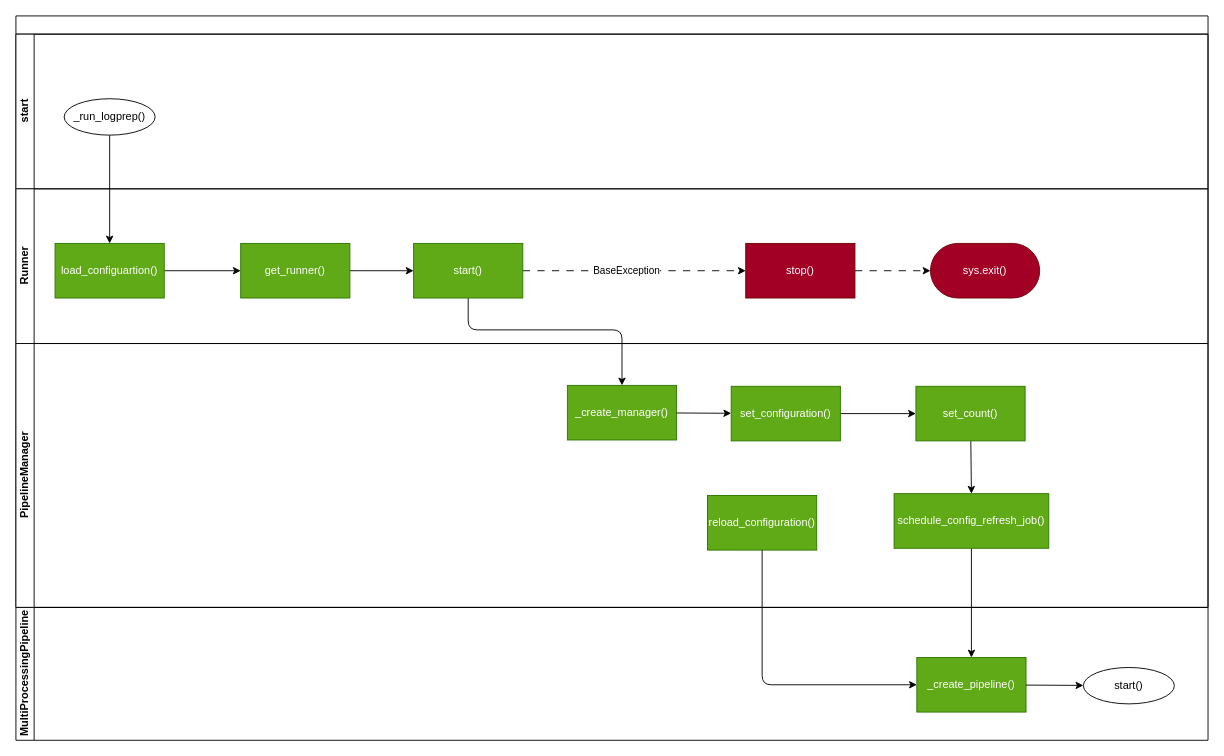
This is doc/source/development/architecture/diagramms/logprep_start.drawio from fkie-cad/Logprep, a draw.io file, before an edit. Source tidied: cells renumbered, new cells numbered last; positions are measured from the earlier drawing's top-left corner, leaving out a move shared by most shapes. Both pictures are drawn from the tidied source at 91%, with x=0, y=0 at pixel (15, 15).
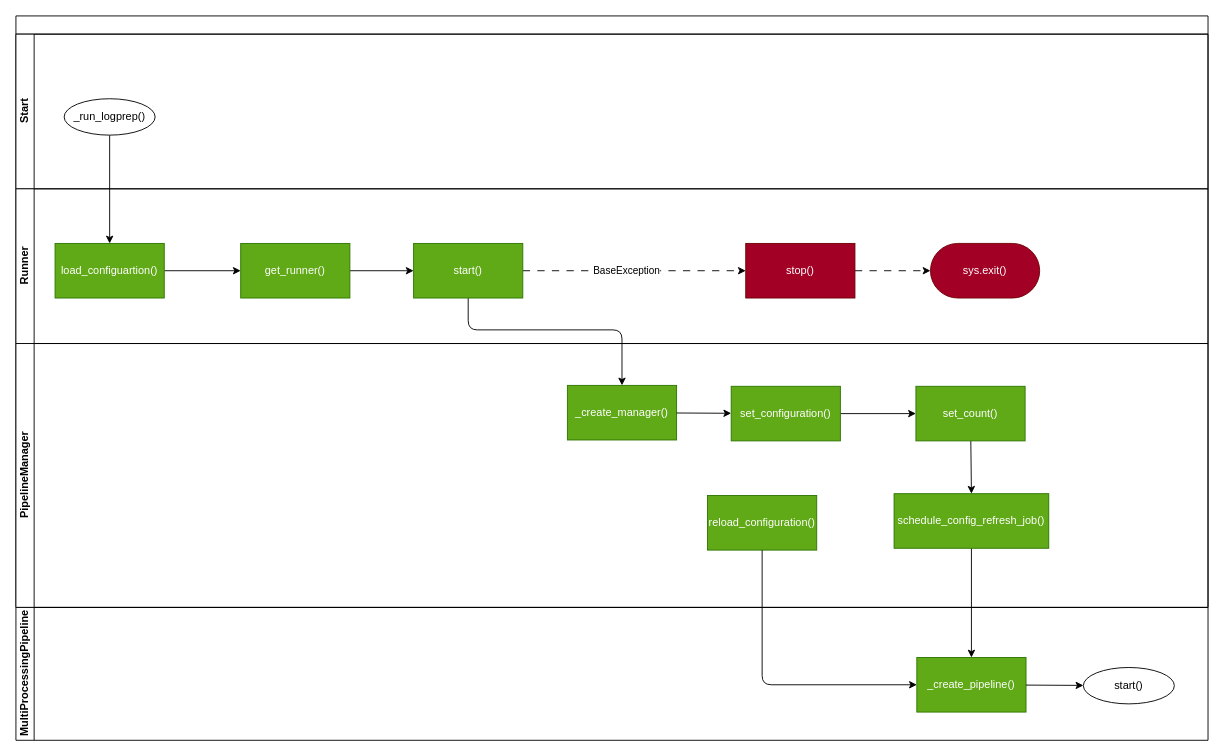
The same page after the edit.

Unchanged cells that the change refers to:
```xml
<mxCell id="2" style="swimlane;horizontal=1;startSize=20;html=1;" parent="1" vertex="1">
  <mxGeometry width="1310" height="650" as="geometry" />
</mxCell>
```

Change to the diagram source:
```diff
@@
-    <mxCell id="3" value="start" style="swimlane;startSize=20;horizontal=0;html=1;" parent="2" vertex="1">
+    <mxCell id="3" value="Start" style="swimlane;startSize=20;horizontal=0;html=1;" parent="2" vertex="1">
       <mxGeometry y="20" width="1310" height="170" as="geometry" />
     </mxCell>
```
